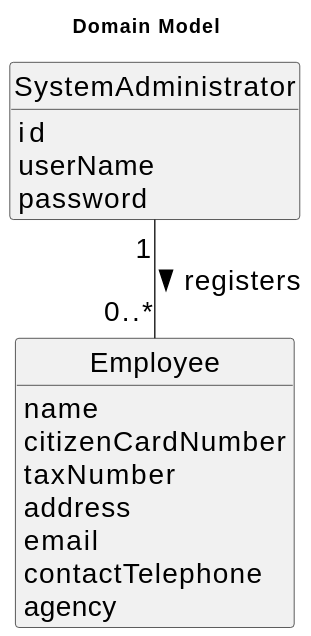
Earlier version of the PlantUML export docs/sprintA/us003/02.analysis/svg/us003-domain-model.svg (Goncalves2525/real-estate-management-system).
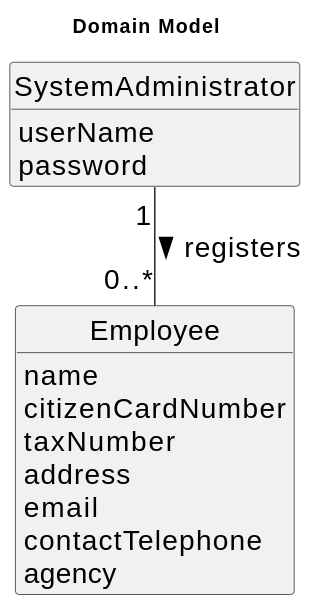
The same file after the commit.

The edit, as a diff of the source:
```diff
@@ -14,7 +14,6 @@
 
 
 class SystemAdministrator {
-   id
    userName
    password
 }
```
